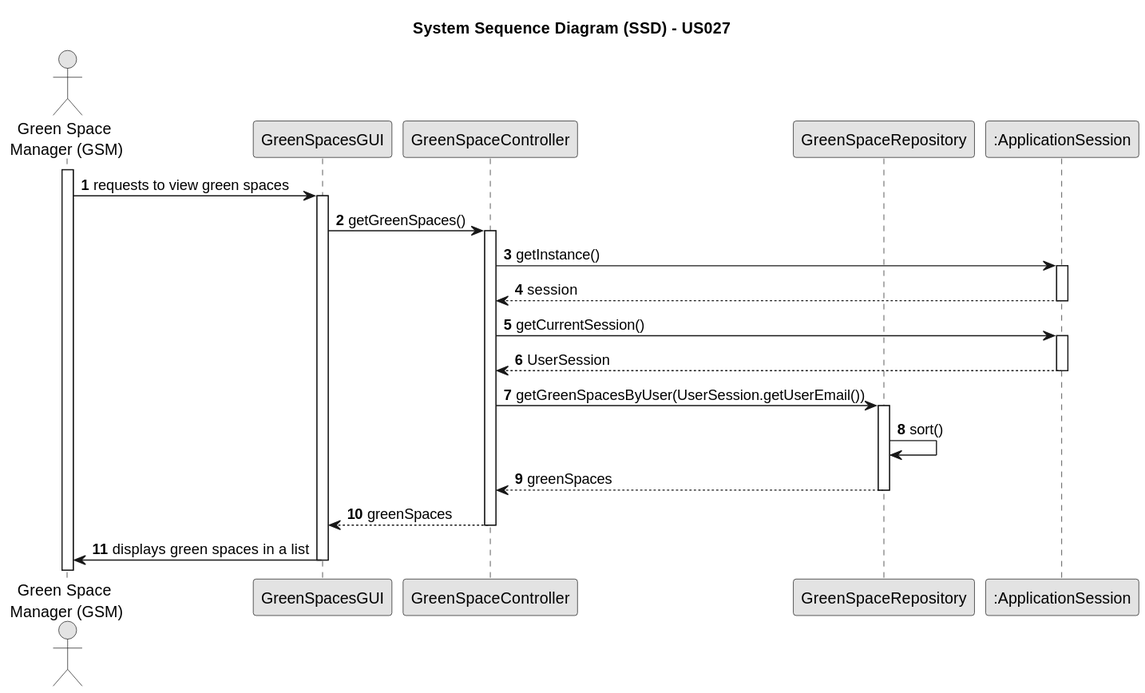
Earlier version of the PlantUML export docs/sprintC/us027/03.design/svg/us027-sequence-diagram-full.svg (RicardoMorim/lapr2-ISEP-Project).
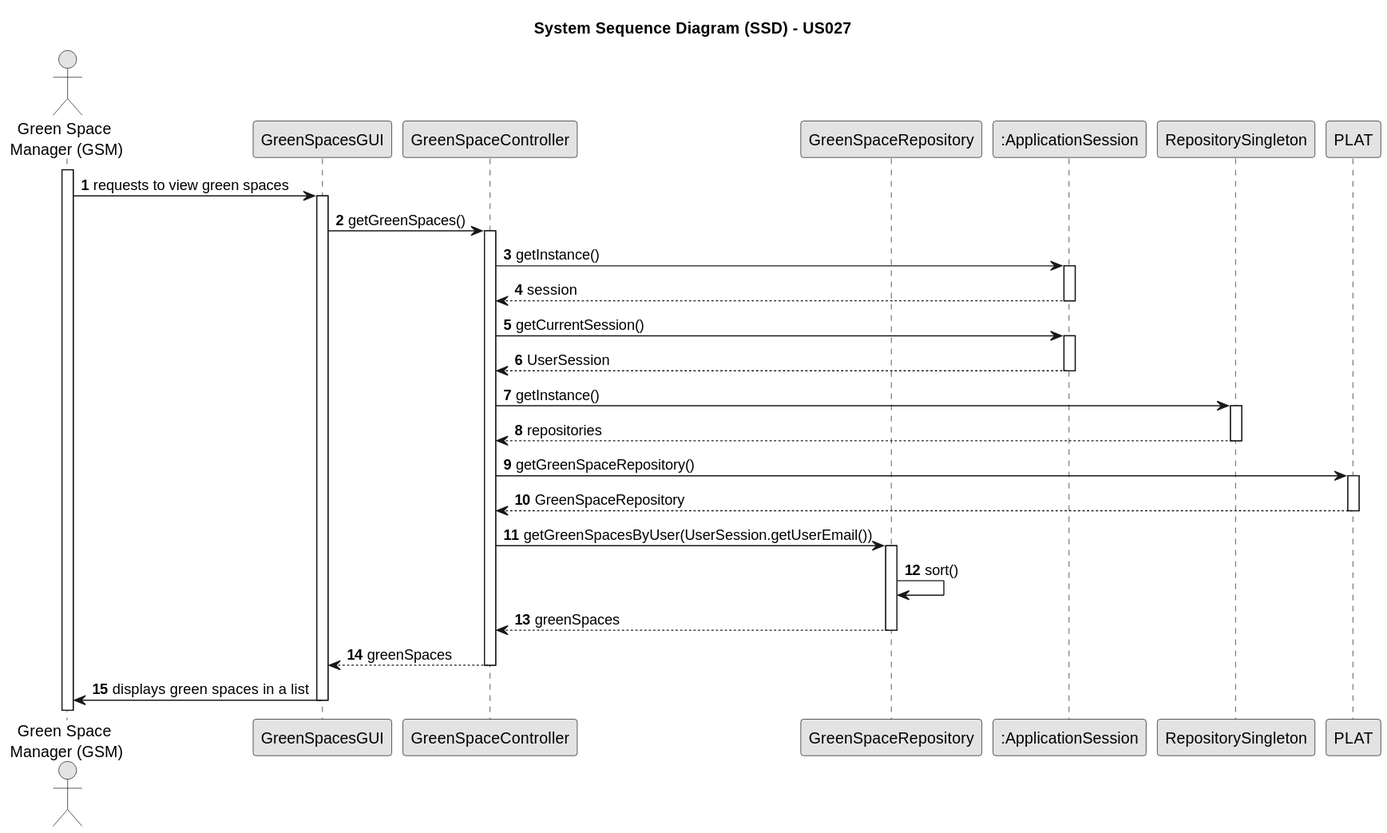
After the change.

Diff of the diagram source:
```diff
@@ -32,6 +32,17 @@
 AppSession --> ListCtrl : UserSession
 deactivate AppSession
 
+    ListCtrl -> RepositorySingleton : getInstance()
+                                        activate RepositorySingleton
+
+                                            RepositorySingleton --> ListCtrl: repositories
+                                        deactivate RepositorySingleton
+    ListCtrl -> PLAT : getGreenSpaceRepository()
+    activate PLAT
+    PLAT --> ListCtrl : GreenSpaceRepository
+    deactivate PLAT
+
+
 ListCtrl -> Repo : getGreenSpacesByUser(UserSession.getUserEmail())
 activate Repo
 Repo -> Repo : sort()
```
